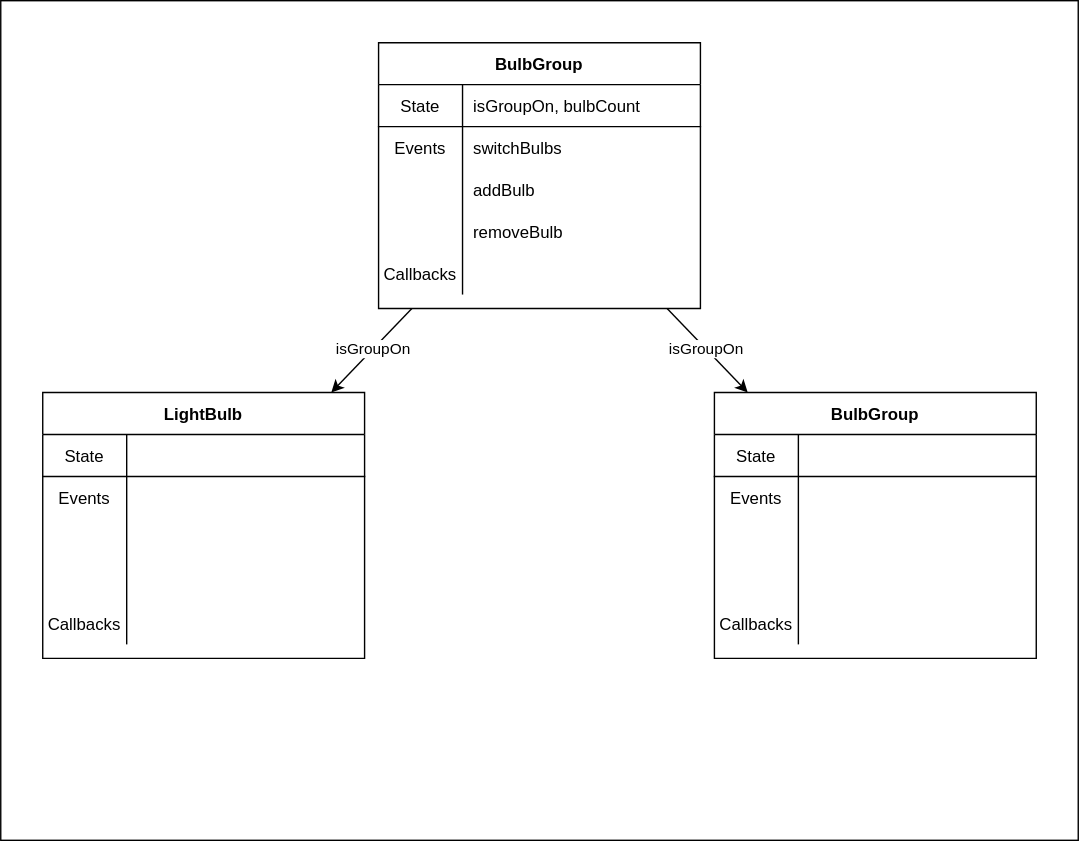
Earlier version of the draw.io export 03_information_flow/assets/smart-home-diagram.drawio.svg (learn-co-students/SENG-LIVE-080822-Phase-2-React). Source tidied: cells renumbered, new cells last; positions are measured from the earlier drawing's top-left corner, leaving out a move shared by most shapes.
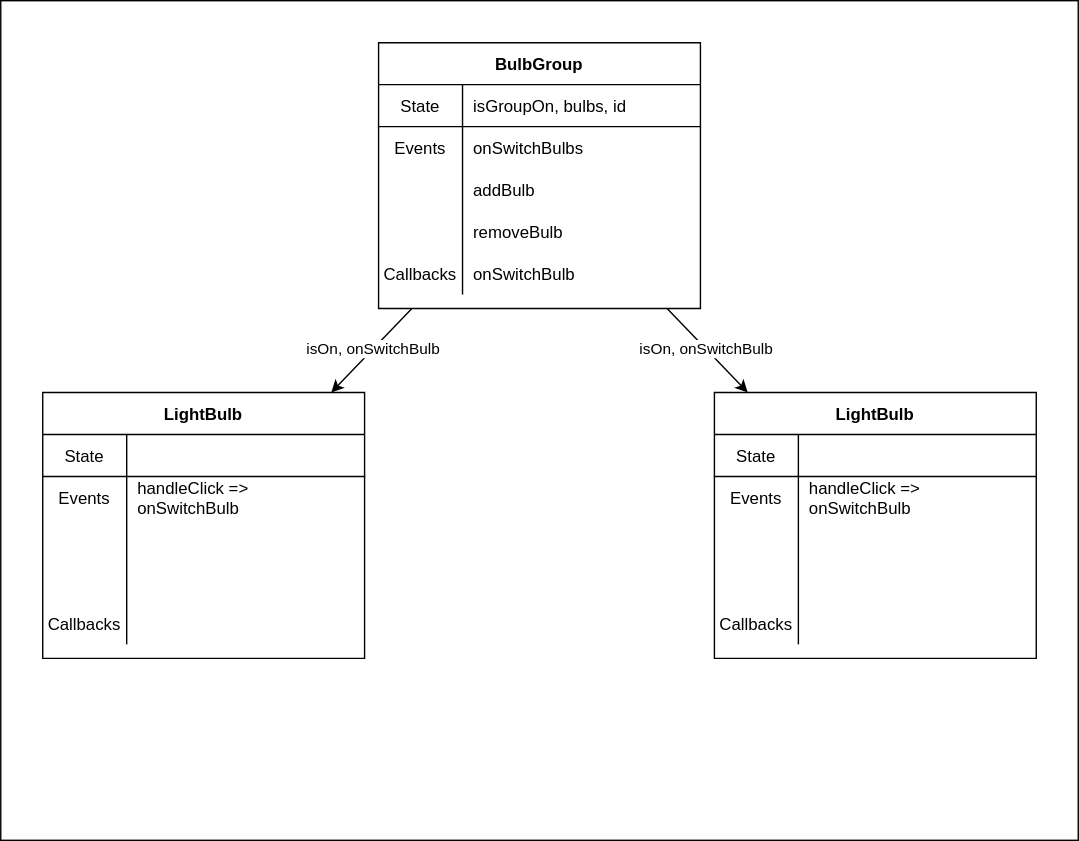
After the change.

The edit, as a diff of the source:
```diff
@@ -8,13 +8,13 @@
     <mxCell id="3" style="edgeStyle=none;html=1;" parent="1" edge="1" source="7" target="23">
       <mxGeometry relative="1" as="geometry" />
     </mxCell>
-    <mxCell id="4" value="isGroupOn" style="edgeLabel;html=1;align=center;verticalAlign=middle;" parent="3" vertex="1">
+    <mxCell id="4" value="isOn, onSwitchBulb" style="edgeLabel;html=1;align=center;verticalAlign=middle;" parent="3" vertex="1">
       <mxGeometry x="-0.05" y="-1" relative="1" as="geometry" />
     </mxCell>
     <mxCell id="5" style="edgeStyle=none;html=1;" parent="1" edge="1" source="7" target="39">
       <mxGeometry relative="1" as="geometry" />
     </mxCell>
-    <mxCell id="6" value="isGroupOn" style="edgeLabel;html=1;align=center;verticalAlign=middle;" parent="5" vertex="1">
+    <mxCell id="6" value="isOn, onSwitchBulb" style="edgeLabel;html=1;align=center;verticalAlign=middle;" parent="5" vertex="1">
       <mxGeometry x="-0.05" relative="1" as="geometry" />
     </mxCell>
     <mxCell id="7" value="BulbGroup" style="shape=table;startSize=30;rowLines=0;fontStyle=1;align=center;" parent="1" vertex="1">
@@ -26,7 +26,7 @@
     <mxCell id="9" value="State" style="shape=partialRectangle;fillColor=none;top=0;left=0;bottom=0;right=0;fontStyle=0;overflow=hidden;" parent="8" vertex="1">
       <mxGeometry width="60" height="30" as="geometry" />
     </mxCell>
-    <mxCell id="10" value="isGroupOn, bulbCount" style="shape=partialRectangle;fillColor=none;top=0;left=0;bottom=0;right=0;align=left;spacingLeft=6;fontStyle=0;overflow=hidden;" parent="8" vertex="1">
+    <mxCell id="10" value="isGroupOn, bulbs, id" style="shape=partialRectangle;fillColor=none;top=0;left=0;bottom=0;right=0;align=left;spacingLeft=6;fontStyle=0;overflow=hidden;" parent="8" vertex="1">
       <mxGeometry x="60" width="170" height="30" as="geometry" />
     </mxCell>
     <mxCell id="11" style="shape=partialRectangle;fillColor=none;top=0;left=0;bottom=0;right=0;" parent="7" vertex="1">
@@ -35,7 +35,7 @@
     <mxCell id="12" value="Events" style="shape=partialRectangle;fillColor=none;top=0;left=0;bottom=0;right=0;overflow=hidden;" parent="11" vertex="1">
       <mxGeometry width="60" height="30" as="geometry" />
     </mxCell>
-    <mxCell id="13" value="switchBulbs" style="shape=partialRectangle;fillColor=none;top=0;left=0;bottom=0;right=0;align=left;spacingLeft=6;overflow=hidden;" parent="11" vertex="1">
+    <mxCell id="13" value="onSwitchBulbs" style="shape=partialRectangle;fillColor=none;top=0;left=0;bottom=0;right=0;align=left;spacingLeft=6;overflow=hidden;" parent="11" vertex="1">
       <mxGeometry x="60" width="170" height="30" as="geometry" />
     </mxCell>
     <mxCell id="14" style="shape=partialRectangle;fillColor=none;top=0;left=0;bottom=0;right=0;" parent="7" vertex="1">
@@ -62,7 +62,7 @@
     <mxCell id="21" value="Callbacks" style="shape=partialRectangle;fillColor=none;top=0;left=0;bottom=0;right=0;overflow=hidden;" parent="20" vertex="1">
       <mxGeometry width="60" height="30" as="geometry" />
     </mxCell>
-    <mxCell id="22" style="shape=partialRectangle;fillColor=none;top=0;left=0;bottom=0;right=0;align=left;spacingLeft=6;overflow=hidden;" parent="20" vertex="1">
+    <mxCell id="22" value="onSwitchBulb" style="shape=partialRectangle;fillColor=none;top=0;left=0;bottom=0;right=0;align=left;spacingLeft=6;overflow=hidden;" parent="20" vertex="1">
       <mxGeometry x="60" width="170" height="30" as="geometry" />
     </mxCell>
     <mxCell id="23" value="LightBulb" style="shape=table;startSize=30;rowLines=0;fontStyle=1;align=center;" parent="1" vertex="1">
@@ -83,7 +83,7 @@
     <mxCell id="28" value="Events" style="shape=partialRectangle;fillColor=none;top=0;left=0;bottom=0;right=0;overflow=hidden;" parent="27" vertex="1">
       <mxGeometry width="60" height="30" as="geometry" />
     </mxCell>
-    <mxCell id="29" style="shape=partialRectangle;fillColor=none;top=0;left=0;bottom=0;right=0;align=left;spacingLeft=6;overflow=hidden;" parent="27" vertex="1">
+    <mxCell id="29" value="handleClick =&gt; &#10;onSwitchBulb" style="shape=partialRectangle;fillColor=none;top=0;left=0;bottom=0;right=0;align=left;spacingLeft=6;overflow=hidden;" parent="27" vertex="1">
       <mxGeometry x="60" width="170" height="30" as="geometry" />
     </mxCell>
     <mxCell id="30" style="shape=partialRectangle;fillColor=none;top=0;left=0;bottom=0;right=0;" parent="23" vertex="1">
@@ -113,7 +113,7 @@
     <mxCell id="38" style="shape=partialRectangle;fillColor=none;top=0;left=0;bottom=0;right=0;align=left;spacingLeft=6;overflow=hidden;" parent="36" vertex="1">
       <mxGeometry x="60" width="170" height="30" as="geometry" />
     </mxCell>
-    <mxCell id="39" value="BulbGroup" style="shape=table;startSize=30;rowLines=0;fontStyle=1;align=center;" parent="1" vertex="1">
+    <mxCell id="39" value="LightBulb" style="shape=table;startSize=30;rowLines=0;fontStyle=1;align=center;" parent="1" vertex="1">
       <mxGeometry x="510" y="280" width="230" height="190" as="geometry" />
     </mxCell>
     <mxCell id="40" style="shape=partialRectangle;fillColor=none;top=0;left=0;bottom=1;right=0;" parent="39" vertex="1">
@@ -131,7 +131,7 @@
     <mxCell id="44" value="Events" style="shape=partialRectangle;fillColor=none;top=0;left=0;bottom=0;right=0;overflow=hidden;" parent="43" vertex="1">
       <mxGeometry width="60" height="30" as="geometry" />
     </mxCell>
-    <mxCell id="45" style="shape=partialRectangle;fillColor=none;top=0;left=0;bottom=0;right=0;align=left;spacingLeft=6;overflow=hidden;" parent="43" vertex="1">
+    <mxCell id="45" value="handleClick =&gt; &#10;onSwitchBulb" style="shape=partialRectangle;fillColor=none;top=0;left=0;bottom=0;right=0;align=left;spacingLeft=6;overflow=hidden;" parent="43" vertex="1">
       <mxGeometry x="60" width="170" height="30" as="geometry" />
     </mxCell>
     <mxCell id="46" style="shape=partialRectangle;fillColor=none;top=0;left=0;bottom=0;right=0;" parent="39" vertex="1">
```
